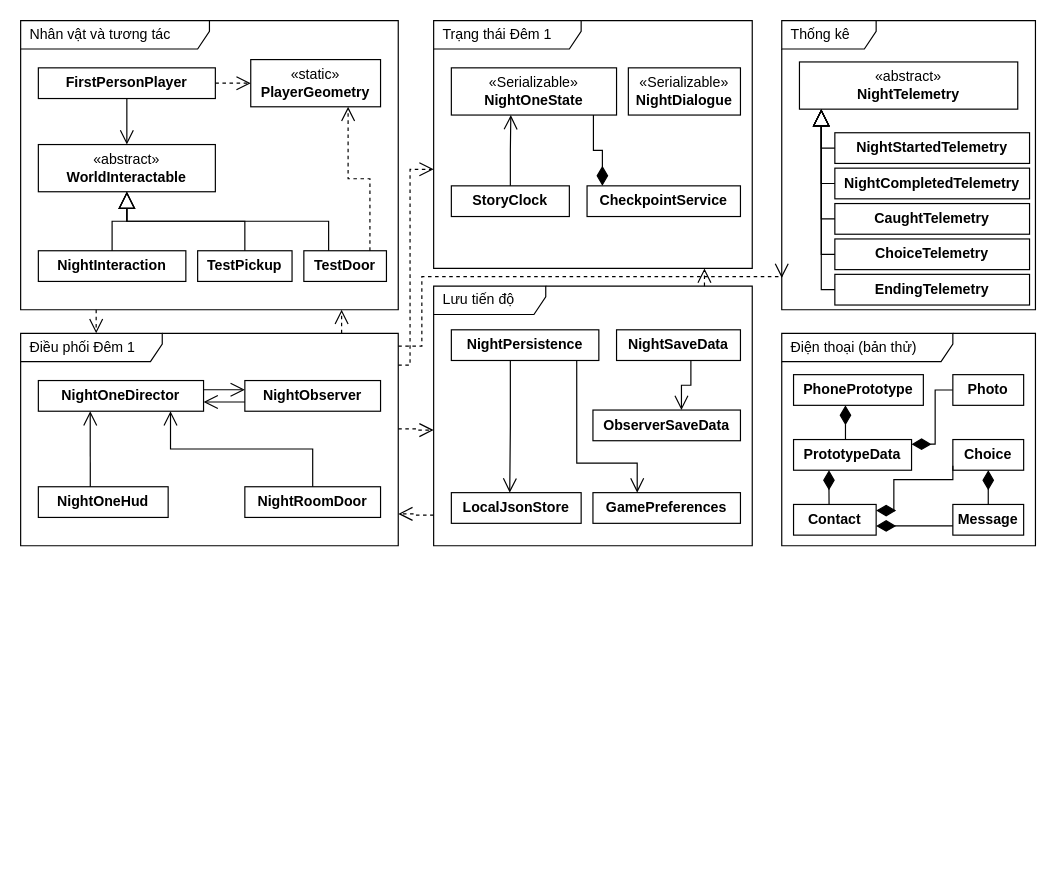
This is page "Tổng quát" (1 of 10) of docs/thiet-ke/lop-game/luoc-do-lop-game.drawio from qivarnq3g/3-gio-12, a draw.io file, before an edit. Source tidied: cells renumbered, new cells numbered last; positions are measured from the earlier drawing's top-left corner, leaving out a move shared by most shapes. Both pictures are drawn from the tidied source at 118%, with x=0, y=0 at pixel (20, 20).
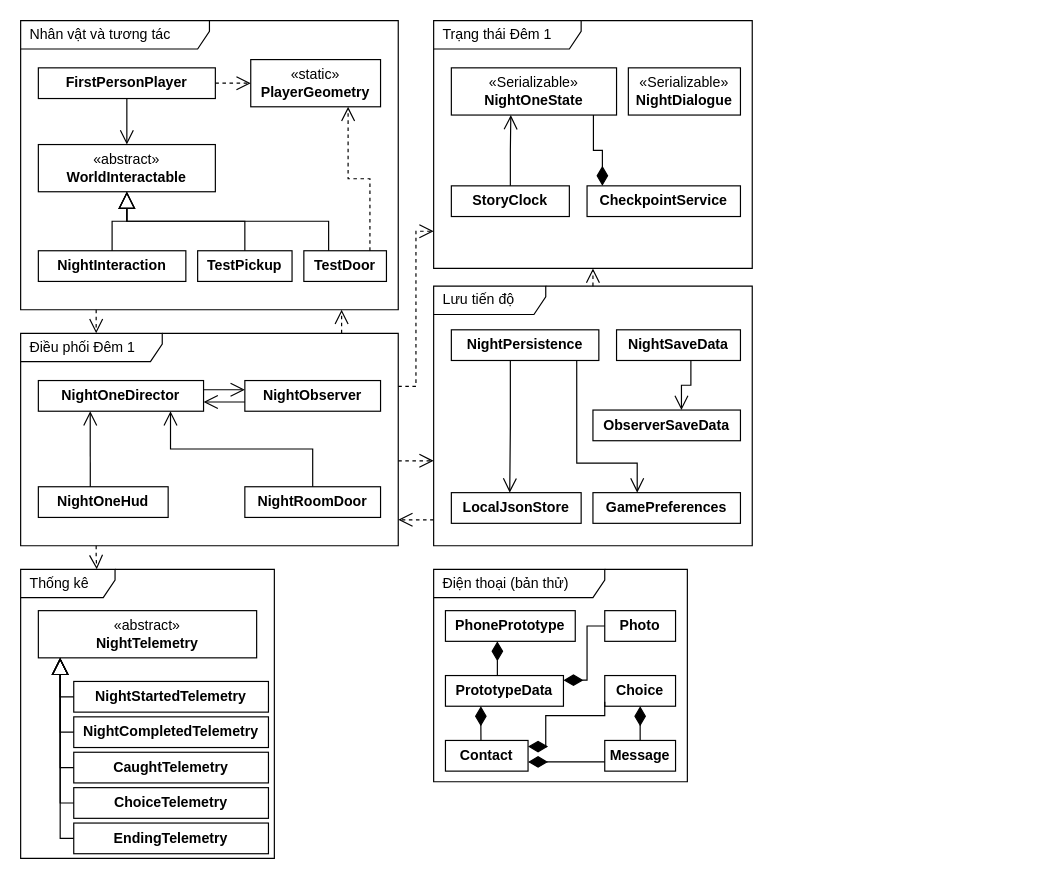
After the change.

Unchanged cells that the change refers to:
```xml
<mxCell id="2" value="Nhân vật và tương tác" style="shape=umlFrame;whiteSpace=wrap;html=1;boundedLbl=1;verticalAlign=middle;align=left;spacingLeft=6;fillColor=none;fontFamily=Arial;fontSize=12;width=160;height=24;" parent="1" vertex="1">
  <mxGeometry width="320" height="245" as="geometry" />
</mxCell>
<mxCell id="3" value="Điều phối Đêm 1" style="shape=umlFrame;whiteSpace=wrap;html=1;boundedLbl=1;verticalAlign=middle;align=left;spacingLeft=6;fillColor=none;fontFamily=Arial;fontSize=12;width=120;height=24;" parent="1" vertex="1">
  <mxGeometry y="265" width="320" height="180" as="geometry" />
</mxCell>
<mxCell id="4" value="Trạng thái Đêm 1" style="shape=umlFrame;whiteSpace=wrap;html=1;boundedLbl=1;verticalAlign=middle;align=left;spacingLeft=6;fillColor=none;fontFamily=Arial;fontSize=12;width=125;height=24;" parent="1" vertex="1">
  <mxGeometry x="350" width="270" height="210" as="geometry" />
</mxCell>
<mxCell id="5" value="Lưu tiến độ" style="shape=umlFrame;whiteSpace=wrap;html=1;boundedLbl=1;verticalAlign=middle;align=left;spacingLeft=6;fillColor=none;fontFamily=Arial;fontSize=12;width=95;height=24;" parent="1" vertex="1">
  <mxGeometry x="350" y="225" width="270" height="220" as="geometry" />
</mxCell>
```

Change to the diagram source:
```diff
@@
     <mxCell id="6" value="Thống kê" style="shape=umlFrame;whiteSpace=wrap;html=1;boundedLbl=1;verticalAlign=middle;align=left;spacingLeft=6;fillColor=none;fontFamily=Arial;fontSize=12;width=80;height=24;" parent="1" vertex="1">
-      <mxGeometry x="645" width="215" height="245" as="geometry" />
+      <mxGeometry y="465" width="215" height="245" as="geometry" />
     </mxCell>
     <mxCell id="7" value="Điện thoại (bản thử)" style="shape=umlFrame;whiteSpace=wrap;html=1;boundedLbl=1;verticalAlign=middle;align=left;spacingLeft=6;fillColor=none;fontFamily=Arial;fontSize=12;width=145;height=24;" parent="1" vertex="1">
-      <mxGeometry x="645" y="265" width="215" height="180" as="geometry" />
+      <mxGeometry x="350" y="465" width="215" height="180" as="geometry" />
     </mxCell>
@@
     <mxCell id="27" value="«abstract»&lt;br&gt;&lt;b&gt;NightTelemetry&lt;/b&gt;" style="rounded=0;whiteSpace=wrap;html=1;fillColor=#ffffff;fontFamily=Arial;fontSize=12;" parent="1" vertex="1">
-      <mxGeometry x="660" y="35" width="185" height="40" as="geometry" />
+      <mxGeometry x="15" y="500" width="185" height="40" as="geometry" />
     </mxCell>
     <mxCell id="28" value="&lt;b&gt;NightStartedTelemetry&lt;/b&gt;" style="rounded=0;whiteSpace=wrap;html=1;fillColor=#ffffff;fontFamily=Arial;fontSize=12;" parent="1" vertex="1">
-      <mxGeometry x="690" y="95" width="165" height="26" as="geometry" />
+      <mxGeometry x="45" y="560" width="165" height="26" as="geometry" />
     </mxCell>
     <mxCell id="29" value="&lt;b&gt;NightCompletedTelemetry&lt;/b&gt;" style="rounded=0;whiteSpace=wrap;html=1;fillColor=#ffffff;fontFamily=Arial;fontSize=12;" parent="1" vertex="1">
-      <mxGeometry x="690" y="125" width="165" height="26" as="geometry" />
+      <mxGeometry x="45" y="590" width="165" height="26" as="geometry" />
     </mxCell>
     <mxCell id="30" value="&lt;b&gt;CaughtTelemetry&lt;/b&gt;" style="rounded=0;whiteSpace=wrap;html=1;fillColor=#ffffff;fontFamily=Arial;fontSize=12;" parent="1" vertex="1">
-      <mxGeometry x="690" y="155" width="165" height="26" as="geometry" />
+      <mxGeometry x="45" y="620" width="165" height="26" as="geometry" />
     </mxCell>
     <mxCell id="31" value="&lt;b&gt;ChoiceTelemetry&lt;/b&gt;" style="rounded=0;whiteSpace=wrap;html=1;fillColor=#ffffff;fontFamily=Arial;fontSize=12;" parent="1" vertex="1">
-      <mxGeometry x="690" y="185" width="165" height="26" as="geometry" />
+      <mxGeometry x="45" y="650" width="165" height="26" as="geometry" />
     </mxCell>
     <mxCell id="32" value="&lt;b&gt;EndingTelemetry&lt;/b&gt;" style="rounded=0;whiteSpace=wrap;html=1;fillColor=#ffffff;fontFamily=Arial;fontSize=12;" parent="1" vertex="1">
-      <mxGeometry x="690" y="215" width="165" height="26" as="geometry" />
+      <mxGeometry x="45" y="680" width="165" height="26" as="geometry" />
     </mxCell>
     <mxCell id="33" value="&lt;b&gt;PhonePrototype&lt;/b&gt;" style="rounded=0;whiteSpace=wrap;html=1;fillColor=#ffffff;fontFamily=Arial;fontSize=12;" parent="1" vertex="1">
-      <mxGeometry x="655" y="300" width="110" height="26" as="geometry" />
+      <mxGeometry x="360" y="500" width="110" height="26" as="geometry" />
     </mxCell>
     <mxCell id="34" value="&lt;b&gt;PrototypeData&lt;/b&gt;" style="rounded=0;whiteSpace=wrap;html=1;fillColor=#ffffff;fontFamily=Arial;fontSize=12;" parent="1" vertex="1">
-      <mxGeometry x="655" y="355" width="100" height="26" as="geometry" />
+      <mxGeometry x="360" y="555" width="100" height="26" as="geometry" />
     </mxCell>
     <mxCell id="35" value="&lt;b&gt;Contact&lt;/b&gt;" style="rounded=0;whiteSpace=wrap;html=1;fillColor=#ffffff;fontFamily=Arial;fontSize=12;" parent="1" vertex="1">
-      <mxGeometry x="655" y="410" width="70" height="26" as="geometry" />
+      <mxGeometry x="360" y="610" width="70" height="26" as="geometry" />
     </mxCell>
     <mxCell id="36" value="&lt;b&gt;Photo&lt;/b&gt;" style="rounded=0;whiteSpace=wrap;html=1;fillColor=#ffffff;fontFamily=Arial;fontSize=12;" parent="1" vertex="1">
-      <mxGeometry x="790" y="300" width="60" height="26" as="geometry" />
+      <mxGeometry x="495" y="500" width="60" height="26" as="geometry" />
     </mxCell>
     <mxCell id="37" value="&lt;b&gt;Message&lt;/b&gt;" style="rounded=0;whiteSpace=wrap;html=1;fillColor=#ffffff;fontFamily=Arial;fontSize=12;" parent="1" vertex="1">
-      <mxGeometry x="790" y="410" width="60" height="26" as="geometry" />
+      <mxGeometry x="495" y="610" width="60" height="26" as="geometry" />
     </mxCell>
     <mxCell id="38" value="&lt;b&gt;Choice&lt;/b&gt;" style="rounded=0;whiteSpace=wrap;html=1;fillColor=#ffffff;fontFamily=Arial;fontSize=12;" parent="1" vertex="1">
-      <mxGeometry x="790" y="355" width="60" height="26" as="geometry" />
+      <mxGeometry x="495" y="555" width="60" height="26" as="geometry" />
     </mxCell>
@@
-    <mxCell id="59" style="html=1;rounded=0;edgeStyle=orthogonalEdgeStyle;labelBackgroundColor=#ffffff;fontFamily=Arial;fontSize=12;dashed=1;endArrow=open;endFill=0;endSize=10;exitX=0.2;exitY=1;entryX=0.2;entryY=0;exitPerimeter=0;entryPerimeter=0;" parent="1" edge="1" source="2" target="3">
+    <mxCell id="59" style="html=1;rounded=0;edgeStyle=orthogonalEdgeStyle;labelBackgroundColor=#ffffff;fontFamily=Arial;fontSize=12;dashed=1;endArrow=open;endFill=0;endSize=10;exitX=0.2;exitY=1;entryX=0.2;entryY=0;" parent="1" edge="1" source="2" target="3">
       <mxGeometry relative="1" as="geometry" />
     </mxCell>
-    <mxCell id="60" style="html=1;rounded=0;edgeStyle=orthogonalEdgeStyle;labelBackgroundColor=#ffffff;fontFamily=Arial;fontSize=12;dashed=1;endArrow=open;endFill=0;endSize=10;exitX=0.85;exitY=0;entryX=0.85;entryY=1;exitPerimeter=0;entryPerimeter=0;" parent="1" edge="1" source="3" target="2">
+    <mxCell id="60" style="html=1;rounded=0;edgeStyle=orthogonalEdgeStyle;labelBackgroundColor=#ffffff;fontFamily=Arial;fontSize=12;dashed=1;endArrow=open;endFill=0;endSize=10;exitX=0.85;exitY=0;entryX=0.85;entryY=1;" parent="1" edge="1" source="3" target="2">
       <mxGeometry relative="1" as="geometry" />
     </mxCell>
-    <mxCell id="61" style="html=1;rounded=0;edgeStyle=orthogonalEdgeStyle;labelBackgroundColor=#ffffff;fontFamily=Arial;fontSize=12;dashed=1;endArrow=open;endFill=0;endSize=10;exitX=1;exitY=0.15;entryX=0;entryY=0.6;exitPerimeter=0;entryPerimeter=0;" parent="1" edge="1" source="3" target="4">
-      <mxGeometry relative="1" as="geometry">
-        <Array as="points">
-          <mxPoint x="330" y="292" />
-          <mxPoint x="330" y="126" />
-        </Array>
-      </mxGeometry>
+    <mxCell id="61" style="html=1;rounded=0;edgeStyle=orthogonalEdgeStyle;labelBackgroundColor=#ffffff;fontFamily=Arial;fontSize=12;dashed=1;endArrow=open;endFill=0;endSize=10;exitX=1;exitY=0.25;entryX=0;entryY=0.85;" parent="1" edge="1" source="3" target="4">
+      <mxGeometry relative="1" as="geometry" />
     </mxCell>
-    <mxCell id="62" style="html=1;rounded=0;edgeStyle=orthogonalEdgeStyle;labelBackgroundColor=#ffffff;fontFamily=Arial;fontSize=12;dashed=1;endArrow=open;endFill=0;endSize=10;exitX=1;exitY=0.45;entryX=0;entryY=0.5545;exitPerimeter=0;entryPerimeter=0;" parent="1" edge="1" source="3" target="5">
+    <mxCell id="62" style="html=1;rounded=0;edgeStyle=orthogonalEdgeStyle;labelBackgroundColor=#ffffff;fontFamily=Arial;fontSize=12;dashed=1;endArrow=open;endFill=0;endSize=10;exitX=1;exitY=0.6;entryX=0;entryY=0.673;" parent="1" edge="1" source="3" target="5">
       <mxGeometry relative="1" as="geometry" />
     </mxCell>
-    <mxCell id="63" style="html=1;rounded=0;edgeStyle=orthogonalEdgeStyle;labelBackgroundColor=#ffffff;fontFamily=Arial;fontSize=12;dashed=1;endArrow=open;endFill=0;endSize=10;exitX=0;exitY=0.8818;entryX=1;entryY=0.85;exitPerimeter=0;entryPerimeter=0;" parent="1" edge="1" source="5" target="3">
+    <mxCell id="63" style="html=1;rounded=0;edgeStyle=orthogonalEdgeStyle;labelBackgroundColor=#ffffff;fontFamily=Arial;fontSize=12;dashed=1;endArrow=open;endFill=0;endSize=10;exitX=0;exitY=0.9;entryX=1;entryY=0.878;" parent="1" edge="1" source="5" target="3">
       <mxGeometry relative="1" as="geometry" />
     </mxCell>
-    <mxCell id="64" style="html=1;rounded=0;edgeStyle=orthogonalEdgeStyle;labelBackgroundColor=#ffffff;fontFamily=Arial;fontSize=12;dashed=1;endArrow=open;endFill=0;endSize=10;exitX=0.85;exitY=0;entryX=0.85;entryY=1;exitPerimeter=0;entryPerimeter=0;" parent="1" edge="1" source="5" target="4">
+    <mxCell id="64" style="html=1;rounded=0;edgeStyle=orthogonalEdgeStyle;labelBackgroundColor=#ffffff;fontFamily=Arial;fontSize=12;dashed=1;endArrow=open;endFill=0;endSize=10;exitX=0.5;exitY=0;entryX=0.5;entryY=1;" parent="1" edge="1" source="5" target="4">
       <mxGeometry relative="1" as="geometry" />
     </mxCell>
-    <mxCell id="65" style="html=1;rounded=0;edgeStyle=orthogonalEdgeStyle;labelBackgroundColor=#ffffff;fontFamily=Arial;fontSize=12;dashed=1;endArrow=open;endFill=0;endSize=10;exitX=1;exitY=0.06;entryX=0;entryY=0.89;exitPerimeter=0;entryPerimeter=0;" parent="1" edge="1" source="3" target="6">
-      <mxGeometry relative="1" as="geometry">
-        <Array as="points">
-          <mxPoint x="340" y="276" />
-          <mxPoint x="340" y="217" />
-          <mxPoint x="645" y="217" />
-        </Array>
-      </mxGeometry>
+    <mxCell id="65" style="html=1;rounded=0;edgeStyle=orthogonalEdgeStyle;labelBackgroundColor=#ffffff;fontFamily=Arial;fontSize=12;dashed=1;endArrow=open;endFill=0;endSize=10;exitX=0.2;exitY=1;entryX=0.3;entryY=0;" parent="1" edge="1" source="3" target="6">
+      <mxGeometry relative="1" as="geometry" />
     </mxCell>
@@
     <mxCell id="67" style="html=1;rounded=0;edgeStyle=orthogonalEdgeStyle;labelBackgroundColor=#ffffff;fontFamily=Arial;fontSize=12;startArrow=diamondThin;startFill=1;startSize=14;endArrow=none;exitX=1;exitY=0.15;entryX=0;entryY=0.5;exitPerimeter=0;entryPerimeter=0;" parent="1" edge="1" source="34" target="36">
       <mxGeometry relative="1" as="geometry">
         <Array as="points">
-          <mxPoint x="775" y="359" />
-          <mxPoint x="775" y="313" />
+          <mxPoint x="480" y="559" />
+          <mxPoint x="480" y="513" />
         </Array>
       </mxGeometry>
     </mxCell>
@@
     <mxCell id="70" style="html=1;rounded=0;edgeStyle=orthogonalEdgeStyle;labelBackgroundColor=#ffffff;fontFamily=Arial;fontSize=12;startArrow=diamondThin;startFill=1;startSize=14;endArrow=none;exitX=1;exitY=0.2;entryX=0;entryY=0.85;exitPerimeter=0;entryPerimeter=0;" parent="1" edge="1" source="35" target="38">
       <mxGeometry relative="1" as="geometry">
         <Array as="points">
-          <mxPoint x="740" y="415" />
-          <mxPoint x="740" y="389" />
+          <mxPoint x="445" y="615" />
+          <mxPoint x="445" y="589" />
         </Array>
       </mxGeometry>
     </mxCell>
```
